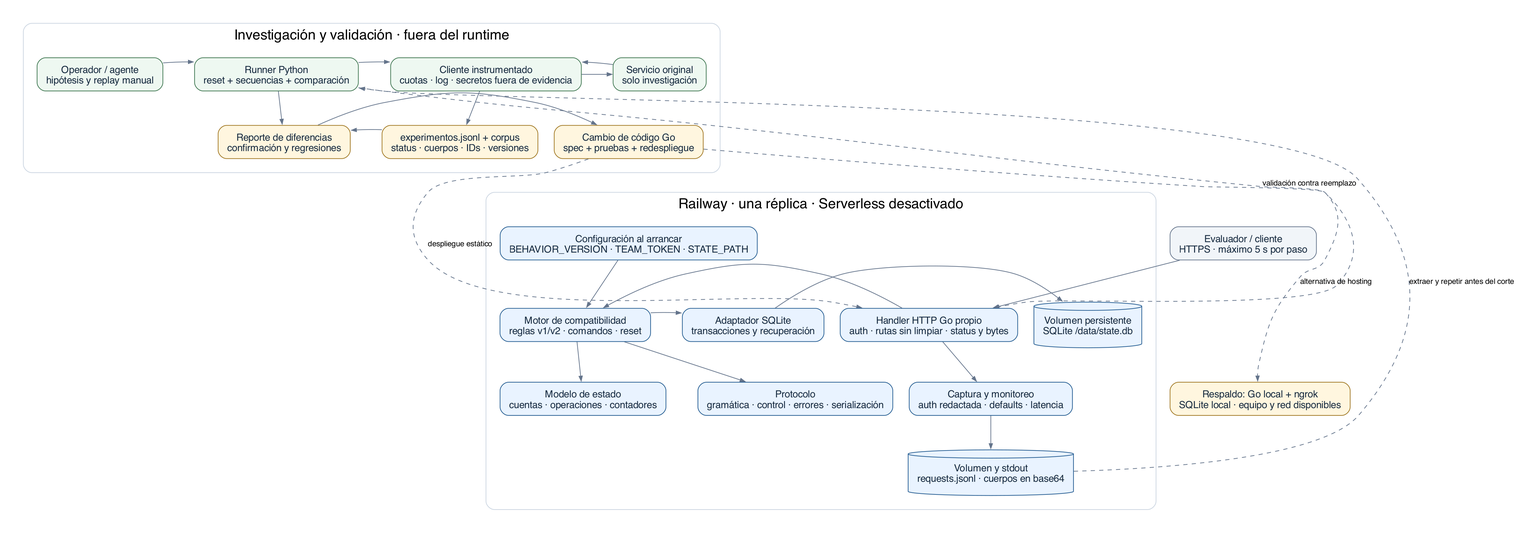
Before: output/png/architecture.png, a diagram exported from Mermaid (game013/frontier-hackaton-10102026). Its source is kept beside it as docs/architecture.mmd.
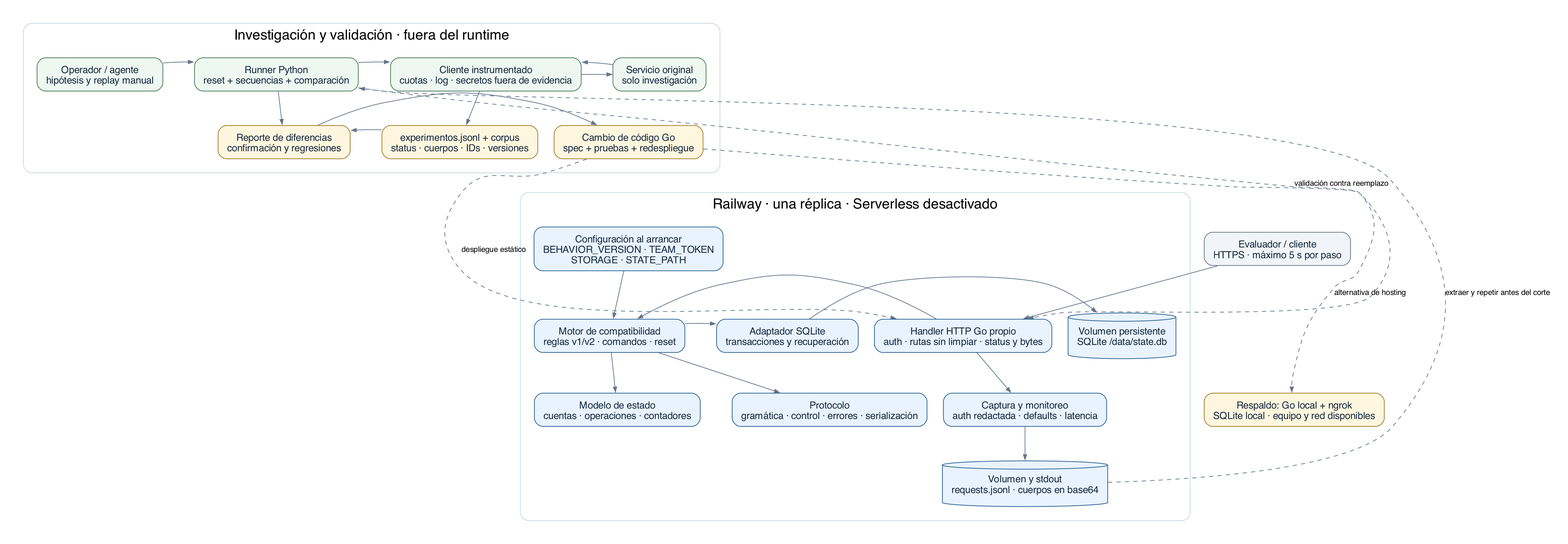
After the change.

Commit message:
docs: alinea B5 y sus diagramas con la implementación

The edit, as a diff of the source:
```diff
@@ -23,7 +23,7 @@
     state["Modelo de estado<br/>cuentas · operaciones · contadores"]
     store["Adaptador SQLite<br/>transacciones y recuperación"]
     db[("Volumen persistente<br/>SQLite /data/state.db")]
-    config["Configuración al arrancar<br/>BEHAVIOR_VERSION · TEAM_TOKEN · STATE_PATH"]
+    config["Configuración al arrancar<br/>BEHAVIOR_VERSION · TEAM_TOKEN<br/>STORAGE · STATE_PATH"]
     telemetry["Captura y monitoreo<br/>auth redactada · defaults · latencia"]
     requestlog[("Volumen y stdout<br/>requests.jsonl · cuerpos en base64")]
     http --> engine
```
